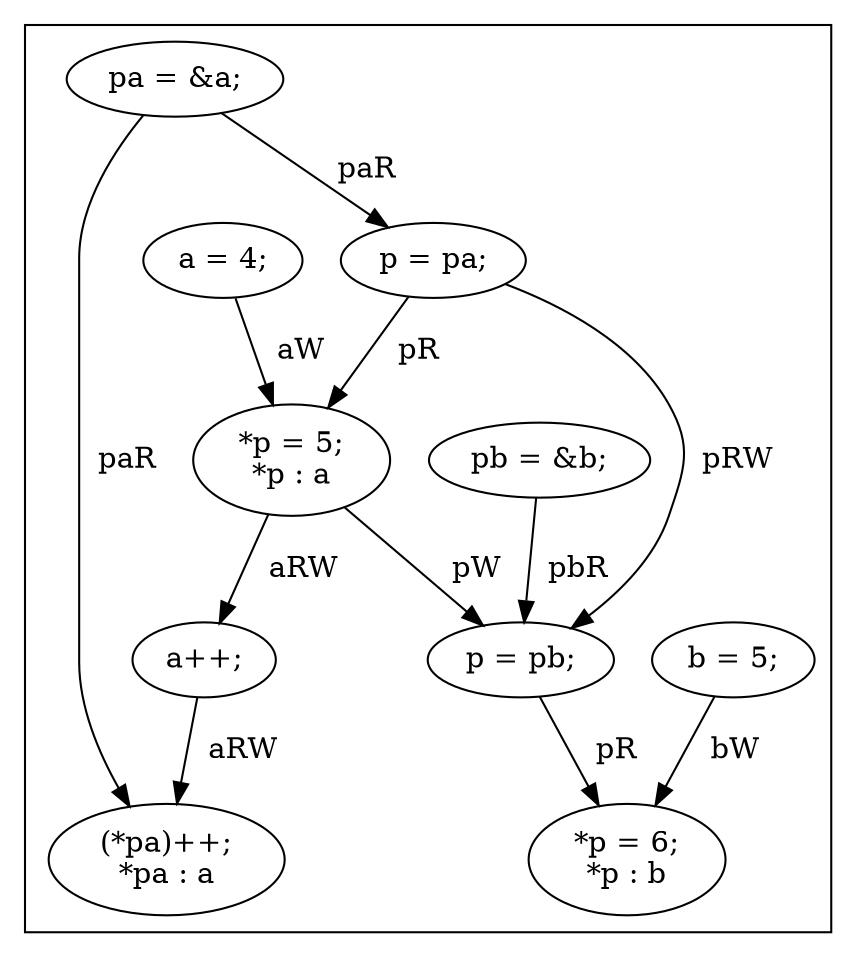
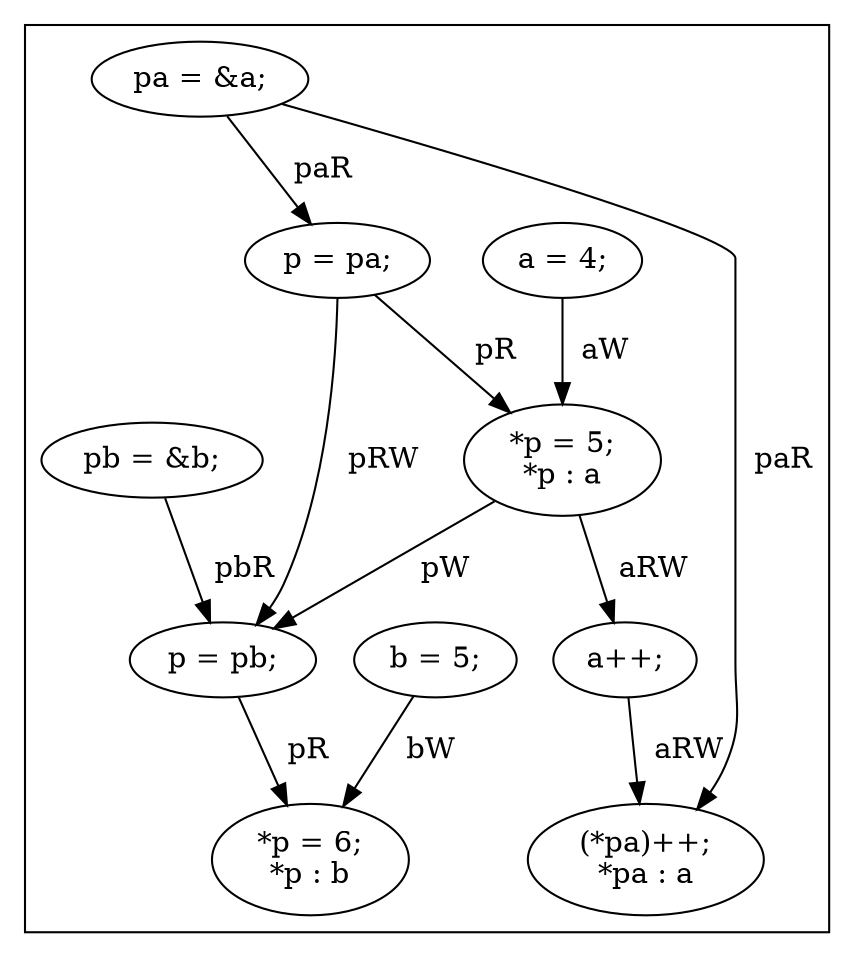
digraph G {
subgraph cluster_f0 {
    invisibleNodeScope_0 [style=invis];
    0 [label="a = 4;"];
-     0 -> 5[label="  aW"];
    1 [label="b = 5;"];
-     1 -> 7[label="  bW"];
    2 [label="pa = &a;"];
-     2 -> 9[label="  paR"];
-     2 -> 4[label="  paR"];
    3 [label="pb = &b;"];
-     3 -> 6[label="  pbR"];
    4 [label="p = pa;"];
-     4 -> 6[label="  pRW"];
-     4 -> 5[label="  pR"];
    5 [label="*p = 5;
*p : a"];
-     5 -> 8[label="  aRW"];
-     5 -> 6[label="  pW"];
    6 [label="p = pb;"];
-     6 -> 7[label="  pR"];
    7 [label="*p = 6;
*p : b"];
    8 [label="a++;"];
-     8 -> 9[label="  aRW"];
    9 [label="(*pa)++;
*pa : a"];
}
+     0 -> 5[label="  aW"];
+     1 -> 7[label="  bW"];
+     2 -> 9[label="  paR"];
+     2 -> 4[label="  paR"];
+     3 -> 6[label="  pbR"];
+     4 -> 6[label="  pRW"];
+     4 -> 5[label="  pR"];
+     5 -> 8[label="  aRW"];
+     5 -> 6[label="  pW"];
+     6 -> 7[label="  pR"];
+     8 -> 9[label="  aRW"];
}
